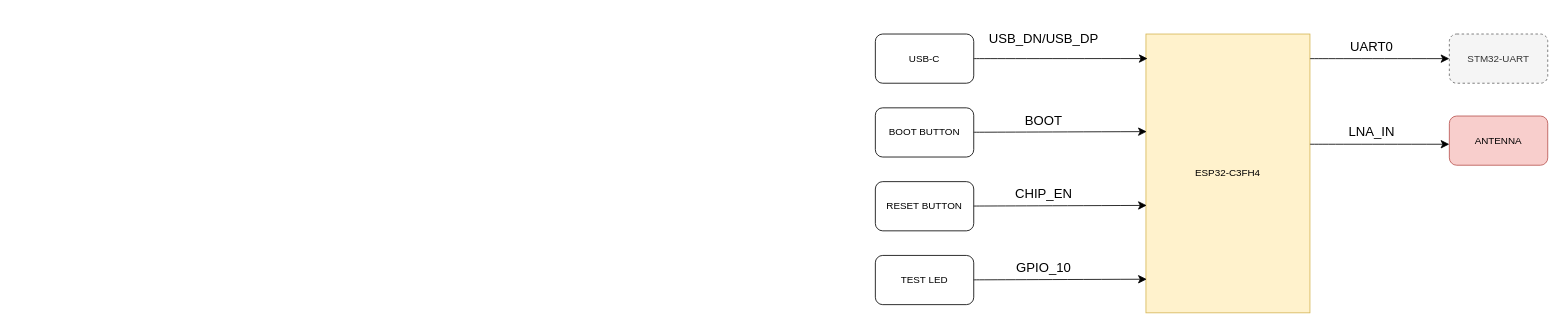
This is block-diagram/block-diagram.drawio from bytecod3/Trail, a draw.io file, before an edit. Source tidied: cells renumbered, new cells numbered last; positions are measured from the earlier drawing's top-left corner, leaving out a move shared by most shapes. Both pictures are drawn from the tidied source at 82%, with x=0, y=0 at pixel (875, 25).
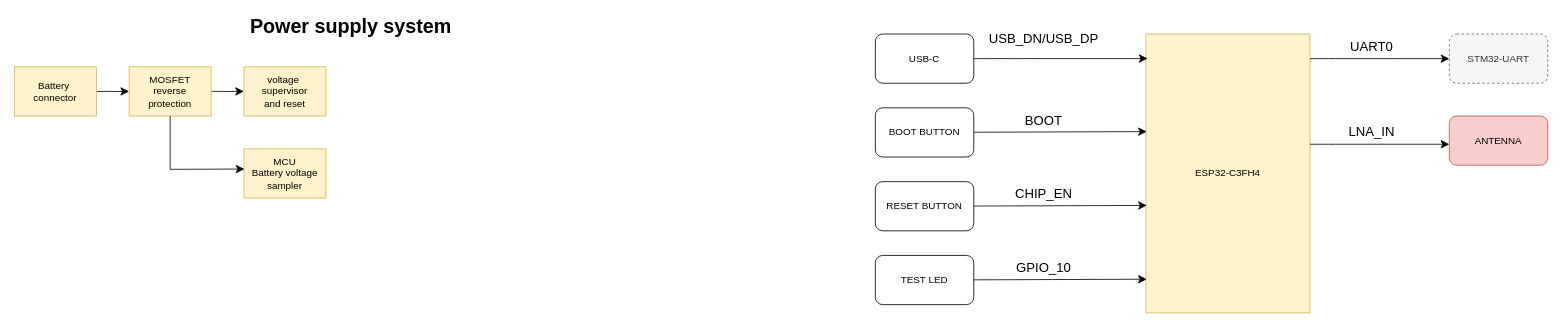
The same diagram, later.

What changed in the source:
```diff
@@
+    <mxCell id="21" value="Power supply system&lt;div&gt;&lt;br&gt;&lt;/div&gt;" style="text;strokeColor=none;fillColor=none;html=1;fontSize=24;fontStyle=1;verticalAlign=middle;align=center;" parent="1" vertex="1">
+      <mxGeometry x="-690" y="-5" width="100" height="40" as="geometry" />
+    </mxCell>
+    <mxCell id="22" style="edgeStyle=none;curved=1;rounded=0;jettySize=auto;html=1;entryX=0;entryY=0.5;entryDx=0;entryDy=0;fontSize=12;startSize=8;endSize=8;" parent="1" edge="1" source="23" target="25">
+      <mxGeometry relative="1" as="geometry" />
+    </mxCell>
+    <mxCell id="23" value="Battery&amp;nbsp;&lt;div&gt;connector&lt;/div&gt;" style="whiteSpace=wrap;html=1;fillColor=#fff2cc;strokeColor=#d6b656;" parent="1" vertex="1">
+      <mxGeometry x="-1050" y="50" width="100" height="60" as="geometry" />
+    </mxCell>
+    <mxCell id="24" style="edgeStyle=none;curved=1;rounded=0;jettySize=auto;html=1;entryX=0;entryY=0.5;entryDx=0;entryDy=0;fontSize=12;startSize=8;endSize=8;" parent="1" edge="1" source="25" target="27">
+      <mxGeometry relative="1" as="geometry" />
+    </mxCell>
+    <mxCell id="25" value="MOSFET&lt;div&gt;reverse&lt;div&gt;protection&lt;/div&gt;&lt;/div&gt;" style="whiteSpace=wrap;html=1;fillColor=#fff2cc;strokeColor=#d6b656;" parent="1" vertex="1">
+      <mxGeometry x="-910" y="50" width="100" height="60" as="geometry" />
+    </mxCell>
+    <mxCell id="26" value="MCU&lt;div&gt;Battery voltage&lt;/div&gt;&lt;div&gt;sampler&lt;/div&gt;" style="whiteSpace=wrap;html=1;fillColor=#fff2cc;strokeColor=#d6b656;" parent="1" vertex="1">
+      <mxGeometry x="-770" y="150" width="100" height="60" as="geometry" />
+    </mxCell>
+    <mxCell id="27" value="voltage&amp;nbsp;&lt;div&gt;supervisor&lt;div&gt;and reset&lt;/div&gt;&lt;/div&gt;" style="whiteSpace=wrap;html=1;fillColor=#fff2cc;strokeColor=#d6b656;" parent="1" vertex="1">
+      <mxGeometry x="-770" y="50" width="100" height="60" as="geometry" />
+    </mxCell>
+    <mxCell id="28" style="edgeStyle=none;curved=0;rounded=0;jettySize=auto;html=1;entryX=0.006;entryY=0.411;entryDx=0;entryDy=0;entryPerimeter=0;fontSize=12;startSize=8;endSize=8;" parent="1" edge="1" source="25" target="26">
+      <mxGeometry relative="1" as="geometry">
+        <Array as="points">
+          <mxPoint x="-860" y="175" />
+        </Array>
+      </mxGeometry>
+    </mxCell>
```
